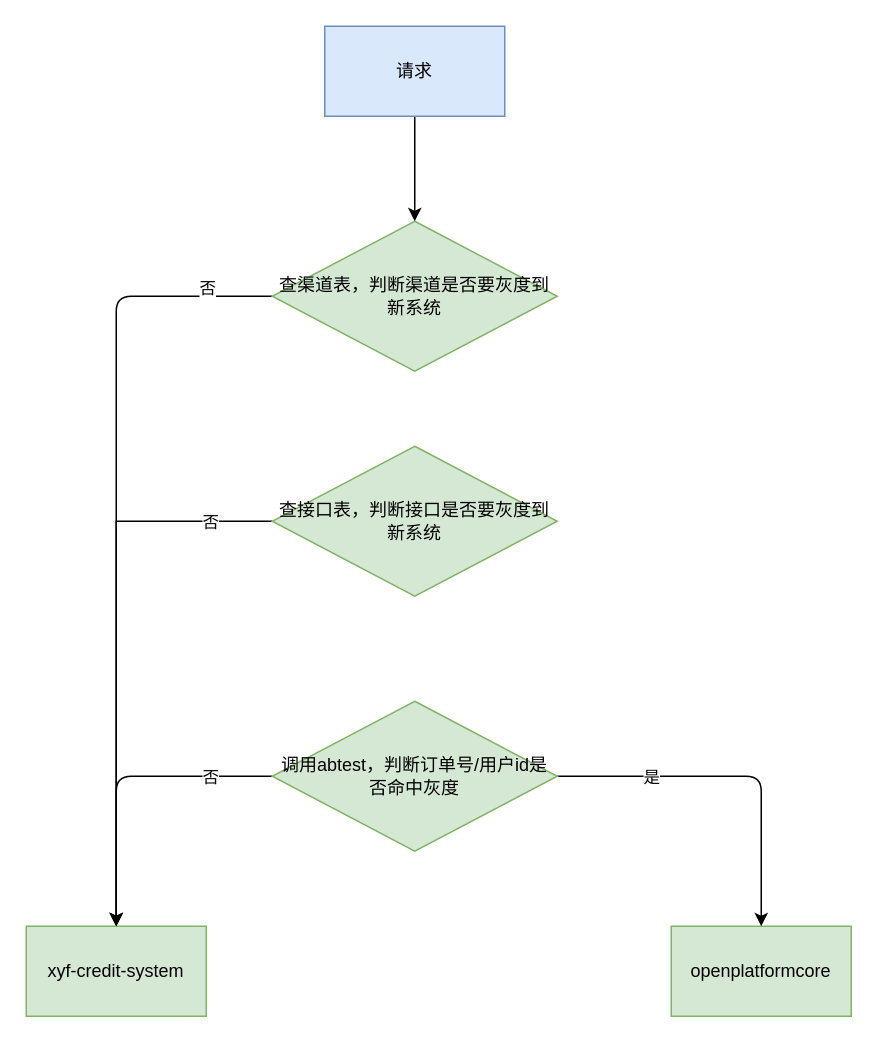
Earlier version of the draw.io diagram api产品中心-贷前-灰度计划.drawio (yuanlj-tea/picgo). Source tidied: cells renumbered, new cells numbered last; positions are measured from the earlier drawing's top-left corner, leaving out a move shared by most shapes. Both pictures are drawn from the tidied source at 150%, with x=0, y=0 at pixel (26, 26).
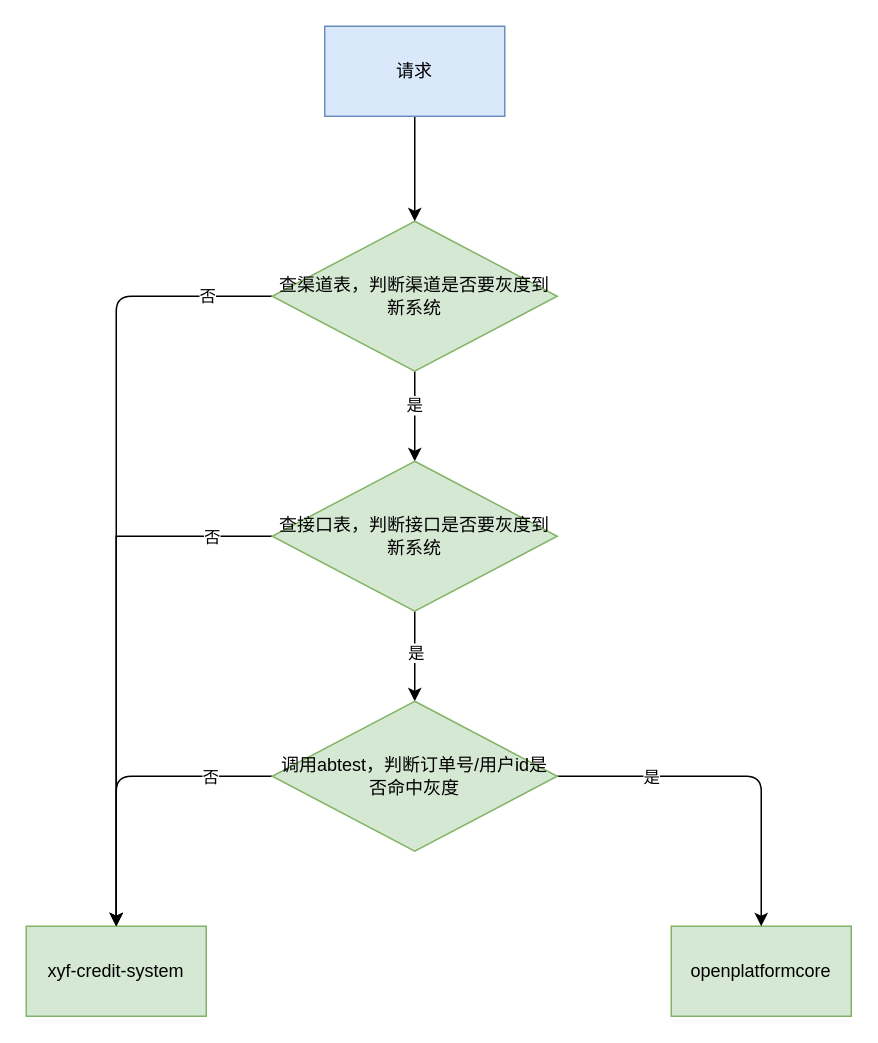
Above is the later version.

Commit message (it also covers changes not shown here):
更新api产品中心-贷前-灰度计划.drawio

Unchanged cells that the change refers to:
```xml
<mxCell id="2" style="edgeStyle=orthogonalEdgeStyle;rounded=1;jettySize=auto;html=1;entryX=0.5;entryY=0;entryDx=0;entryDy=0;curved=0;" parent="1" edge="1" source="4" target="7">
  <mxGeometry relative="1" as="geometry" />
</mxCell>
<mxCell id="4" value="查渠道表，判断渠道是否要灰度到新系统" style="rhombus;whiteSpace=wrap;html=1;fillColor=#d5e8d4;strokeColor=#82b366;" parent="1" vertex="1">
  <mxGeometry x="164" y="130" width="190" height="100" as="geometry" />
</mxCell>
<mxCell id="16" value="调用abtest，判断订单号/用户id是否命中灰度" style="rhombus;whiteSpace=wrap;html=1;fillColor=#d5e8d4;strokeColor=#82b366;" parent="1" vertex="1">
  <mxGeometry x="164" y="450" width="190" height="100" as="geometry" />
</mxCell>
```

Change to the diagram source:
```diff
@@
     <mxCell id="3" value="否" style="edgeLabel;html=1;align=center;verticalAlign=middle;" parent="2" vertex="1">
       <mxGeometry x="-0.06" y="2" relative="1" as="geometry">
-        <mxPoint x="58" y="-148" as="offset" />
+        <mxPoint x="58" y="-143" as="offset" />
       </mxGeometry>
     </mxCell>
+    <mxCell id="17" style="edgeStyle=orthogonalEdgeStyle;shape=connector;curved=0;rounded=1;jettySize=auto;html=1;labelBackgroundColor=default;strokeColor=default;align=center;verticalAlign=middle;fontFamily=Helvetica;fontSize=11;fontColor=default;endArrow=classic;" parent="1" edge="1" source="4" target="11">
+      <mxGeometry relative="1" as="geometry" />
+    </mxCell>
+    <mxCell id="18" value="是" style="edgeLabel;html=1;align=center;verticalAlign=middle;fontSize=11;fontFamily=Helvetica;fontColor=default;" parent="17" vertex="1">
+      <mxGeometry x="-0.27" y="-1" relative="1" as="geometry" />
+    </mxCell>
@@
+    <mxCell id="19" style="edgeStyle=orthogonalEdgeStyle;shape=connector;curved=0;rounded=1;jettySize=auto;html=1;labelBackgroundColor=default;strokeColor=default;align=center;verticalAlign=middle;fontFamily=Helvetica;fontSize=11;fontColor=default;endArrow=classic;" parent="1" edge="1" source="11" target="16">
+      <mxGeometry relative="1" as="geometry" />
+    </mxCell>
+    <mxCell id="20" value="是" style="edgeLabel;html=1;align=center;verticalAlign=middle;fontSize=11;fontFamily=Helvetica;fontColor=default;" parent="19" vertex="1">
+      <mxGeometry x="-0.1" relative="1" as="geometry" />
+    </mxCell>
     <mxCell id="11" value="查接口表，判断接口是否要灰度到新系统" style="rhombus;whiteSpace=wrap;html=1;fillColor=#d5e8d4;strokeColor=#82b366;" parent="1" vertex="1">
-      <mxGeometry x="164" y="280" width="190" height="100" as="geometry" />
+      <mxGeometry x="164" y="290" width="190" height="100" as="geometry" />
     </mxCell>
```
